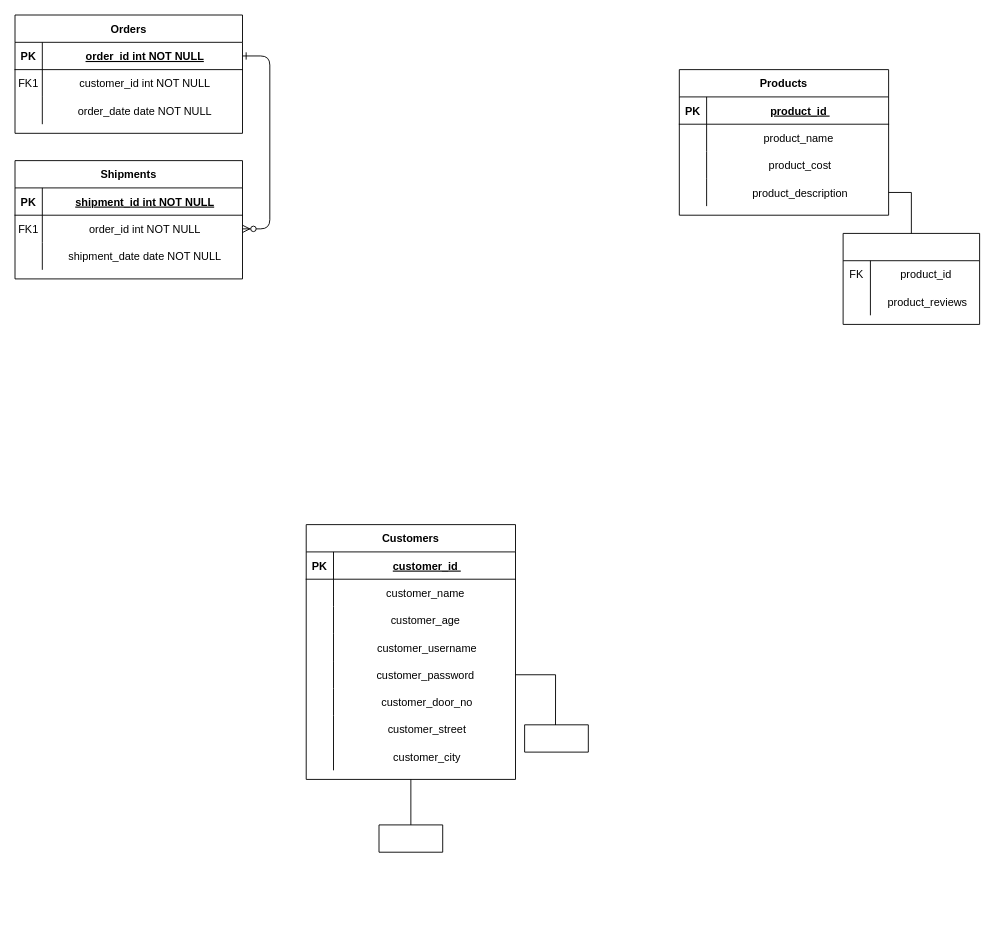
Earlier version of the draw.io diagram ECommERT.drawio (adithkrishnan98/ECommerce-Java). Source tidied: cells renumbered, new cells numbered last; positions are measured from the earlier drawing's top-left corner, leaving out a move shared by most shapes. Both pictures are drawn from the tidied source at 91%, with x=0, y=0 at pixel (15, 15).
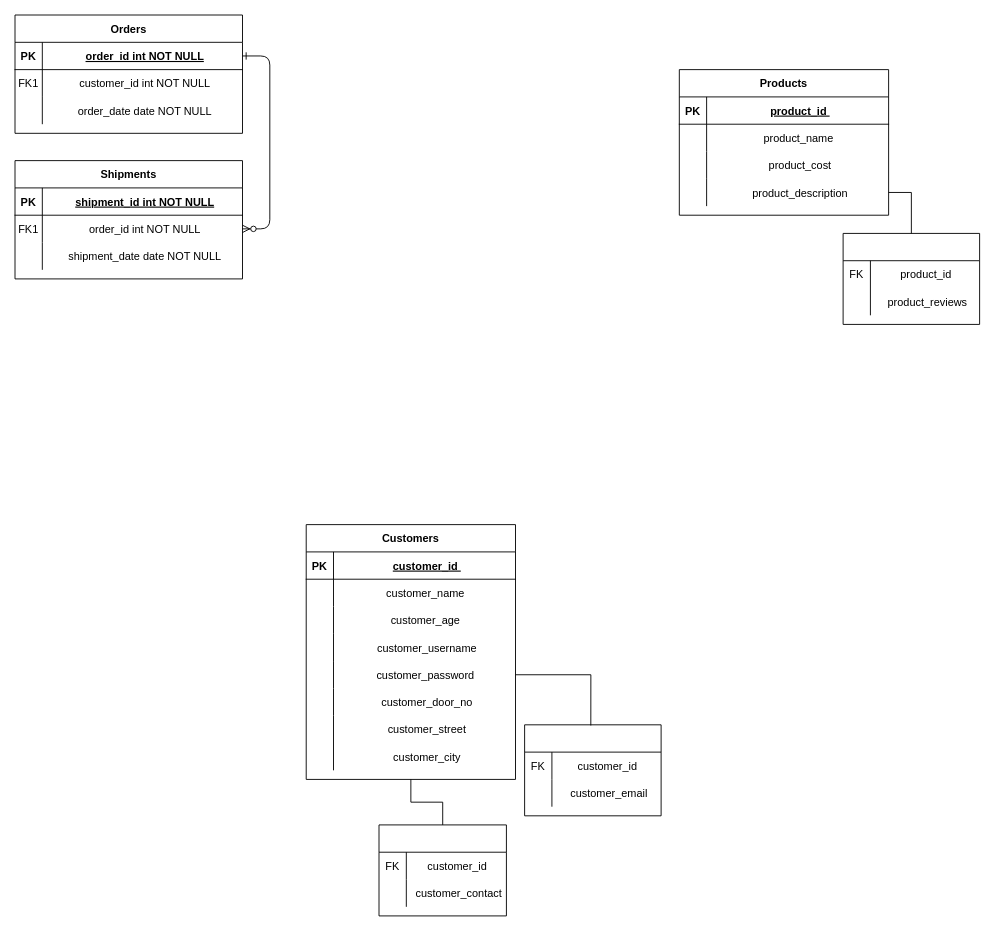
Above is the later version.

Change to the diagram source:
```diff
@@
-    <mxCell id="50" style="shape=table;startSize=30;childLayout=tableLayout;rowLines=0;fontStyle=1;align=center;" parent="1" vertex="1" collapsed="1">
-      <mxGeometry x="560" y="780" width="70" height="30" as="geometry" />
+    <mxCell id="50" style="shape=table;startSize=30;childLayout=tableLayout;rowLines=0;fontStyle=1;align=center;" parent="1" vertex="1">
+      <mxGeometry x="560" y="780" width="150" height="100" as="geometry" />
     </mxCell>
+    <mxCell id="75" style="shape=partialRectangle;fillColor=none;top=0;left=0;right=0;bottom=0;align=center;" parent="50" vertex="1">
+      <mxGeometry y="30" width="150" height="30" as="geometry" />
+    </mxCell>
+    <mxCell id="76" value="FK" style="shape=partialRectangle;overflow=hidden;fillColor=none;top=0;left=0;bottom=0;right=0;align=center;" parent="75" vertex="1">
+      <mxGeometry width="30" height="30" as="geometry" />
+    </mxCell>
+    <mxCell id="77" value="customer_id " style="shape=partialRectangle;overflow=hidden;fillColor=none;top=0;left=0;bottom=0;right=0;align=center;spacingLeft=6;" parent="75" vertex="1">
+      <mxGeometry x="30" width="120" height="30" as="geometry" />
+    </mxCell>
+    <mxCell id="78" style="shape=partialRectangle;fillColor=none;top=0;left=0;right=0;bottom=0;align=center;" parent="50" vertex="1">
+      <mxGeometry y="60" width="150" height="30" as="geometry" />
+    </mxCell>
+    <mxCell id="79" style="shape=partialRectangle;overflow=hidden;fillColor=none;top=0;left=0;bottom=0;right=0;align=center;" parent="78" vertex="1">
+      <mxGeometry width="30" height="30" as="geometry" />
+    </mxCell>
+    <mxCell id="80" value="customer_email" style="shape=partialRectangle;overflow=hidden;fillColor=none;top=0;left=0;bottom=0;right=0;align=center;spacingLeft=6;" parent="78" vertex="1">
+      <mxGeometry x="30" width="120" height="30" as="geometry" />
+    </mxCell>
-    <mxCell id="51" style="shape=table;startSize=30;childLayout=tableLayout;rowLines=0;fontStyle=1;align=center;" parent="1" vertex="1" collapsed="1">
-      <mxGeometry x="400" y="890" width="70" height="30" as="geometry" />
+    <mxCell id="51" style="shape=table;startSize=30;childLayout=tableLayout;rowLines=0;fontStyle=1;align=center;" parent="1" vertex="1">
+      <mxGeometry x="400" y="890" width="140" height="100" as="geometry" />
     </mxCell>
+    <mxCell id="81" style="shape=partialRectangle;fillColor=none;top=0;left=0;right=0;bottom=0;align=center;" parent="51" vertex="1">
+      <mxGeometry y="30" width="140" height="30" as="geometry" />
+    </mxCell>
+    <mxCell id="82" value="FK" style="shape=partialRectangle;overflow=hidden;fillColor=none;top=0;left=0;bottom=0;right=0;align=center;" parent="81" vertex="1">
+      <mxGeometry width="30" height="30" as="geometry" />
+    </mxCell>
+    <mxCell id="83" value="customer_id " style="shape=partialRectangle;overflow=hidden;fillColor=none;top=0;left=0;bottom=0;right=0;align=center;spacingLeft=6;" parent="81" vertex="1">
+      <mxGeometry x="30" width="110" height="30" as="geometry" />
+    </mxCell>
+    <mxCell id="84" style="shape=partialRectangle;fillColor=none;top=0;left=0;right=0;bottom=0;align=center;" parent="51" vertex="1">
+      <mxGeometry y="60" width="140" height="30" as="geometry" />
+    </mxCell>
+    <mxCell id="85" style="shape=partialRectangle;overflow=hidden;fillColor=none;top=0;left=0;bottom=0;right=0;align=center;" parent="84" vertex="1">
+      <mxGeometry width="30" height="30" as="geometry" />
+    </mxCell>
+    <mxCell id="86" value="customer_contact" style="shape=partialRectangle;overflow=hidden;fillColor=none;top=0;left=0;bottom=0;right=0;align=center;spacingLeft=6;" parent="84" vertex="1">
+      <mxGeometry x="30" width="110" height="30" as="geometry" />
+    </mxCell>
```
